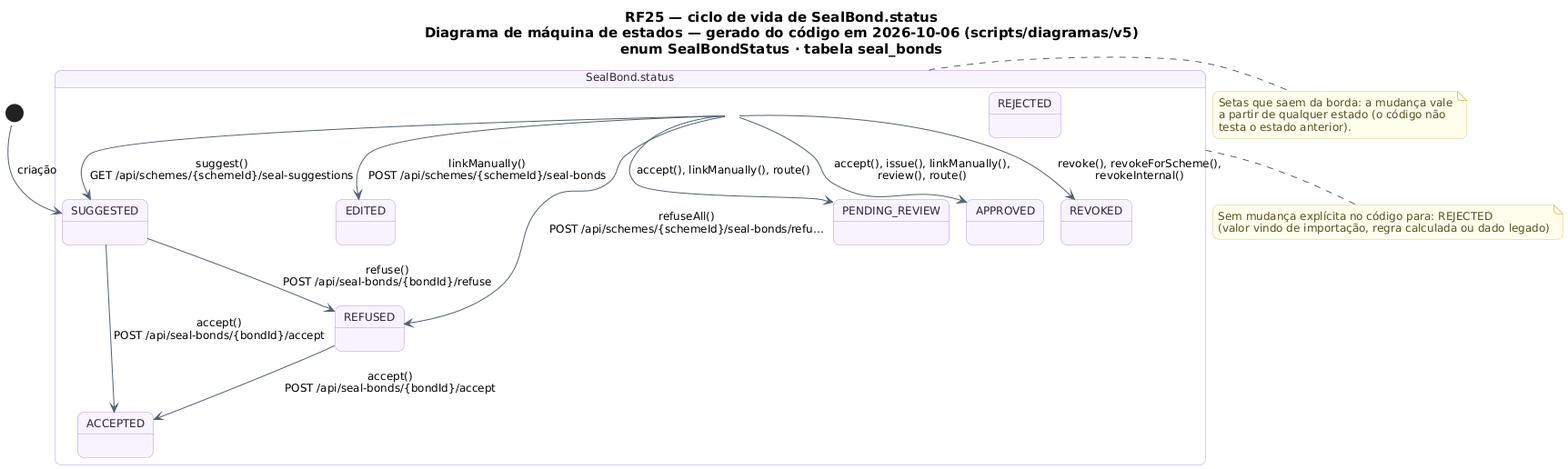
The PlantUML diagram docs/diagramas/RF25/RF25_MaquinaDeEstados_Selo.png in MatheusHaliski/tcc-2026-fashion-ai-backend, before a commit.
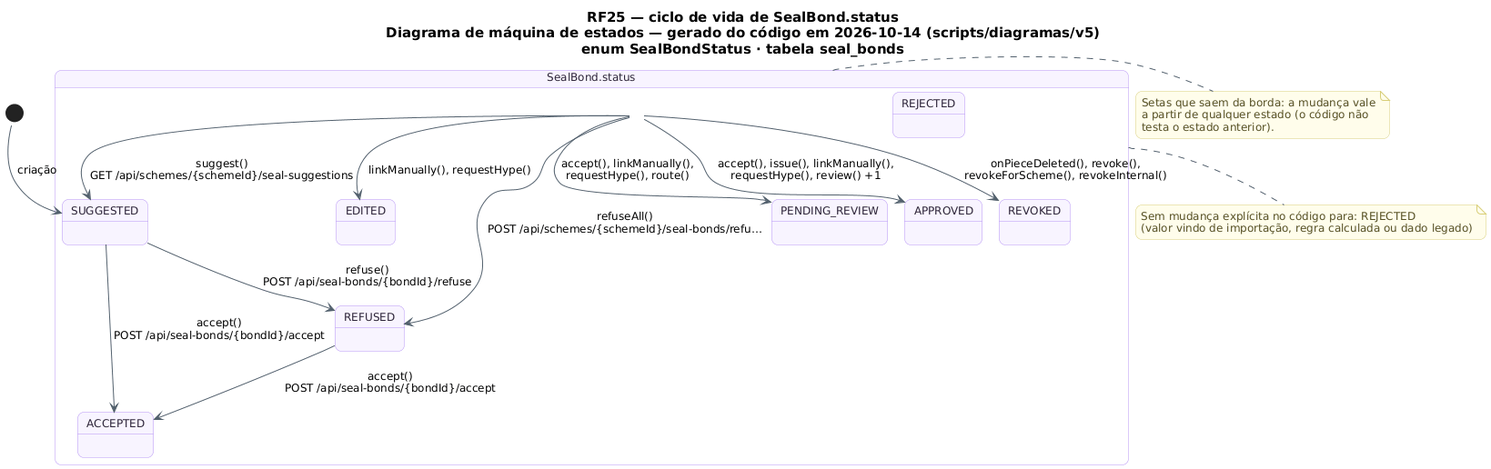
After the change.

The edit, as a diff of the source:
```diff
@@ -19,7 +19,7 @@
   StartColor #20A77A
   EndColor #4B5563
 }
-title RF25 — ciclo de vida de SealBond.status\nDiagrama de máquina de estados — gerado do código em 2026-10-06 (scripts/diagramas/v5)\nenum SealBondStatus · tabela seal_bonds
+title RF25 — ciclo de vida de SealBond.status\nDiagrama de máquina de estados — gerado do código em 2026-10-14 (scripts/diagramas/v5)\nenum SealBondStatus · tabela seal_bonds
 
 state "SealBond.status" as Ciclo_SealBond {
   state Ciclo_SealBond_SUGGESTED as "SUGGESTED"
@@ -32,11 +32,11 @@
   state Ciclo_SealBond_REVOKED as "REVOKED"
 }
 [*] --> Ciclo_SealBond_SUGGESTED : criação
-Ciclo_SealBond --> Ciclo_SealBond_APPROVED : accept(), issue(), linkManually(),\nreview(), route()
-Ciclo_SealBond --> Ciclo_SealBond_EDITED : linkManually()\nPOST /api/schemes/{schemeId}/seal-bonds
-Ciclo_SealBond --> Ciclo_SealBond_PENDING_REVIEW : accept(), linkManually(), route()
+Ciclo_SealBond --> Ciclo_SealBond_APPROVED : accept(), issue(), linkManually(),\nrequestHype(), review() +1
+Ciclo_SealBond --> Ciclo_SealBond_EDITED : linkManually(), requestHype()
+Ciclo_SealBond --> Ciclo_SealBond_PENDING_REVIEW : accept(), linkManually(),\nrequestHype(), route()
 Ciclo_SealBond --> Ciclo_SealBond_REFUSED : refuseAll()\nPOST /api/schemes/{schemeId}/seal-bonds/refu…
-Ciclo_SealBond --> Ciclo_SealBond_REVOKED : revoke(), revokeForScheme(),\nrevokeInternal()
+Ciclo_SealBond --> Ciclo_SealBond_REVOKED : onPieceDeleted(), revoke(),\nrevokeForScheme(), revokeInternal()
 Ciclo_SealBond --> Ciclo_SealBond_SUGGESTED : suggest()\nGET /api/schemes/{schemeId}/seal-suggestions
 Ciclo_SealBond_REFUSED --> Ciclo_SealBond_ACCEPTED : accept()\nPOST /api/seal-bonds/{bondId}/accept
 Ciclo_SealBond_SUGGESTED --> Ciclo_SealBond_ACCEPTED : accept()\nPOST /api/seal-bonds/{bondId}/accept
```
